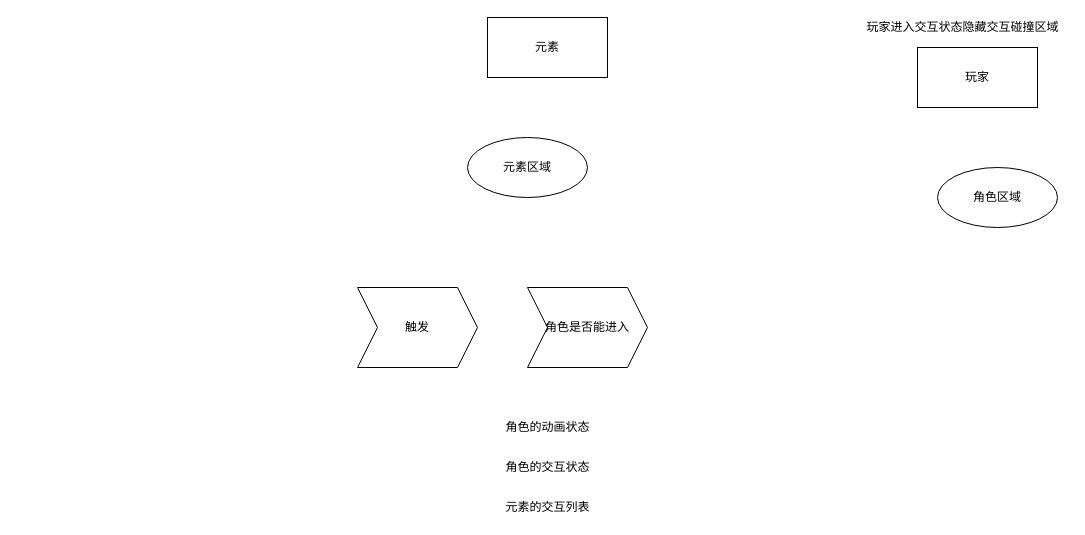
1995zmj/DesignPatterns_UE keeps this draw.io diagram as page "交互区域" (4 of 4) of 交互.drawio. Above is the earlier version. Source tidied: cells renumbered, new cells numbered last; positions are measured from the earlier drawing's top-left corner, leaving out a move shared by most shapes. Both pictures are drawn from the tidied source at 100%, with x=0, y=0 at pixel (357, 17).
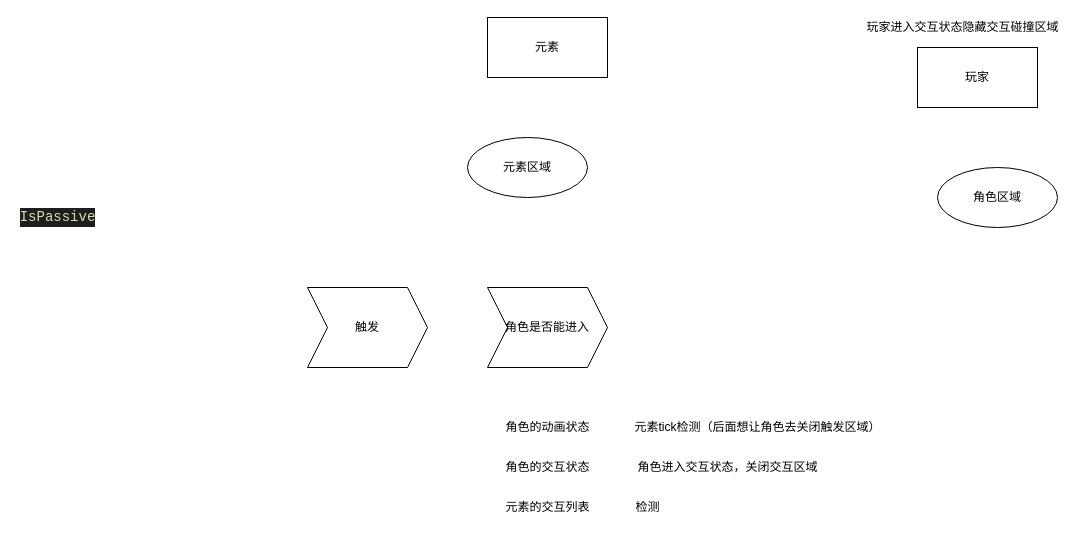
The same diagram, later.

Change to the diagram source:
```diff
@@
 <mxGraphModel>
   <root>
     <mxCell id="0" />
     <mxCell id="1" parent="0" />
     <mxCell id="2" value="元素区域" style="ellipse;whiteSpace=wrap;html=1;" parent="1" vertex="1">
       <mxGeometry x="110" y="120" width="120" height="60" as="geometry" />
     </mxCell>
     <mxCell id="3" value="角色区域" style="ellipse;whiteSpace=wrap;html=1;" parent="1" vertex="1">
       <mxGeometry x="580" y="150" width="120" height="60" as="geometry" />
     </mxCell>
     <mxCell id="4" value="角色是否能进入" style="shape=step;perimeter=stepPerimeter;whiteSpace=wrap;html=1;fixedSize=1;" parent="1" vertex="1">
-      <mxGeometry x="170" y="270" width="120" height="80" as="geometry" />
+      <mxGeometry x="130" y="270" width="120" height="80" as="geometry" />
     </mxCell>
     <mxCell id="5" value="&lt;span&gt;触发&lt;/span&gt;" style="shape=step;perimeter=stepPerimeter;whiteSpace=wrap;html=1;fixedSize=1;" parent="1" vertex="1">
-      <mxGeometry y="270" width="120" height="80" as="geometry" />
+      <mxGeometry x="-50" y="270" width="120" height="80" as="geometry" />
     </mxCell>
     <mxCell id="6" value="角色的动画状态" style="text;html=1;align=center;verticalAlign=middle;strokeColor=none;fillColor=none;" parent="1" vertex="1">
       <mxGeometry x="140" y="400" width="100" height="20" as="geometry" />
     </mxCell>
     <mxCell id="7" value="角色的交互状态" style="text;html=1;align=center;verticalAlign=middle;strokeColor=none;fillColor=none;" parent="1" vertex="1">
       <mxGeometry x="140" y="440" width="100" height="20" as="geometry" />
     </mxCell>
     <mxCell id="8" value="元素的交互列表" style="text;html=1;align=center;verticalAlign=middle;strokeColor=none;fillColor=none;" parent="1" vertex="1">
       <mxGeometry x="140" y="480" width="100" height="20" as="geometry" />
     </mxCell>
     <mxCell id="9" value="元素" style="whiteSpace=wrap;html=1;" parent="1" vertex="1">
       <mxGeometry x="130" width="120" height="60" as="geometry" />
     </mxCell>
     <mxCell id="10" value="玩家" style="whiteSpace=wrap;html=1;" parent="1" vertex="1">
       <mxGeometry x="560" y="30" width="120" height="60" as="geometry" />
     </mxCell>
     <mxCell id="11" value="玩家进入交互状态隐藏交互碰撞区域" style="text;html=1;align=center;verticalAlign=middle;strokeColor=none;fillColor=none;" parent="1" vertex="1">
       <mxGeometry x="500" width="210" height="20" as="geometry" />
     </mxCell>
+    <mxCell id="12" value="角色进入交互状态，关闭交互区域" style="text;html=1;align=center;verticalAlign=middle;strokeColor=none;fillColor=none;" parent="1" vertex="1">
+      <mxGeometry x="270" y="440" width="200" height="20" as="geometry" />
+    </mxCell>
+    <mxCell id="13" value="检测" style="text;html=1;align=center;verticalAlign=middle;strokeColor=none;fillColor=none;" parent="1" vertex="1">
+      <mxGeometry x="270" y="480" width="40" height="20" as="geometry" />
+    </mxCell>
+    <mxCell id="14" value="元素tick检测（后面想让角色去关闭触发区域）" style="text;html=1;align=center;verticalAlign=middle;strokeColor=none;fillColor=none;" parent="1" vertex="1">
+      <mxGeometry x="270" y="400" width="260" height="20" as="geometry" />
+    </mxCell>
+    <mxCell id="15" value="&lt;div style=&quot;color: rgb(212 , 212 , 212) ; background-color: rgb(30 , 30 , 30) ; font-family: &amp;#34;consolas&amp;#34; , &amp;#34;courier new&amp;#34; , monospace ; font-size: 14px ; line-height: 19px&quot;&gt;&lt;span style=&quot;color: #dcdcaa&quot;&gt;IsPassive&lt;/span&gt;&lt;/div&gt;" style="text;html=1;align=center;verticalAlign=middle;strokeColor=none;fillColor=none;" parent="1" vertex="1">
+      <mxGeometry x="-340" y="190" width="80" height="20" as="geometry" />
+    </mxCell>
   </root>
 </mxGraphModel>
```
